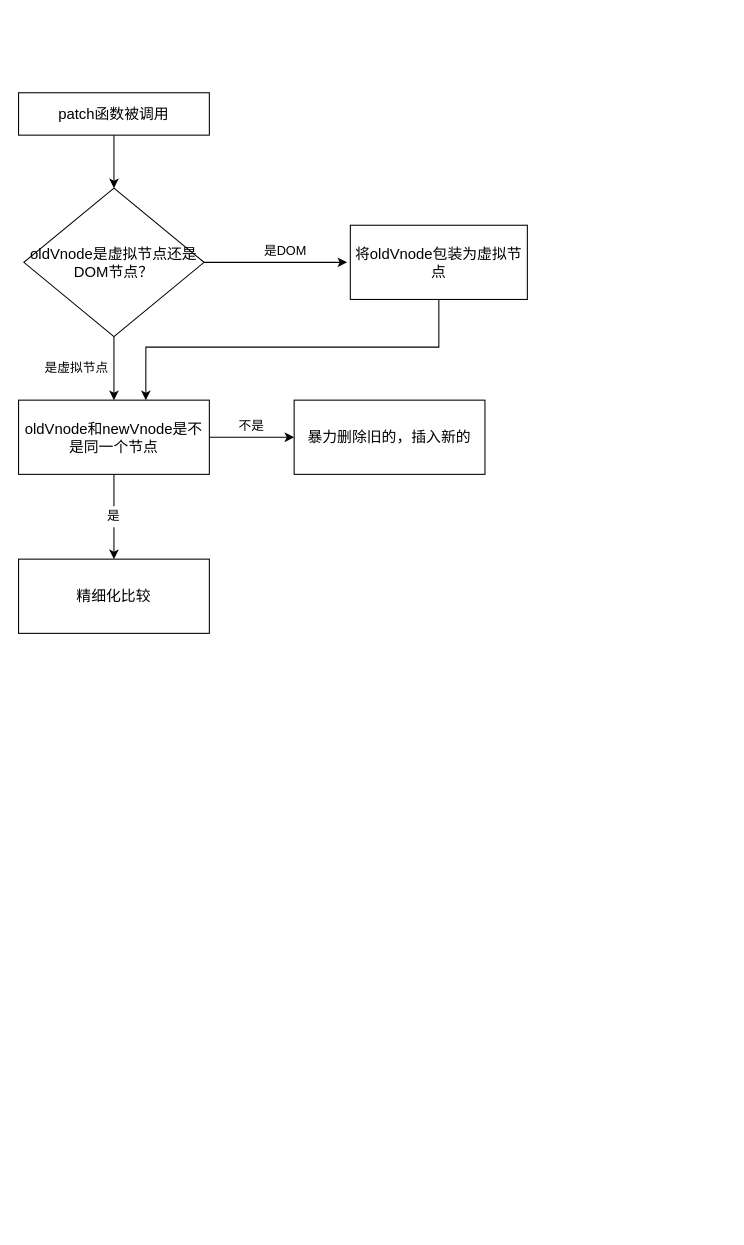
Earlier version of the draw.io diagram src/虚拟Dom和diff算法学习/lct.drawio (harryYao/vue2_reactive). Source tidied: cells renumbered, new cells numbered last; positions are measured from the earlier drawing's top-left corner, leaving out a move shared by most shapes. Both pictures are drawn from the tidied source at 106%, with x=0, y=0 at pixel (18, 92).
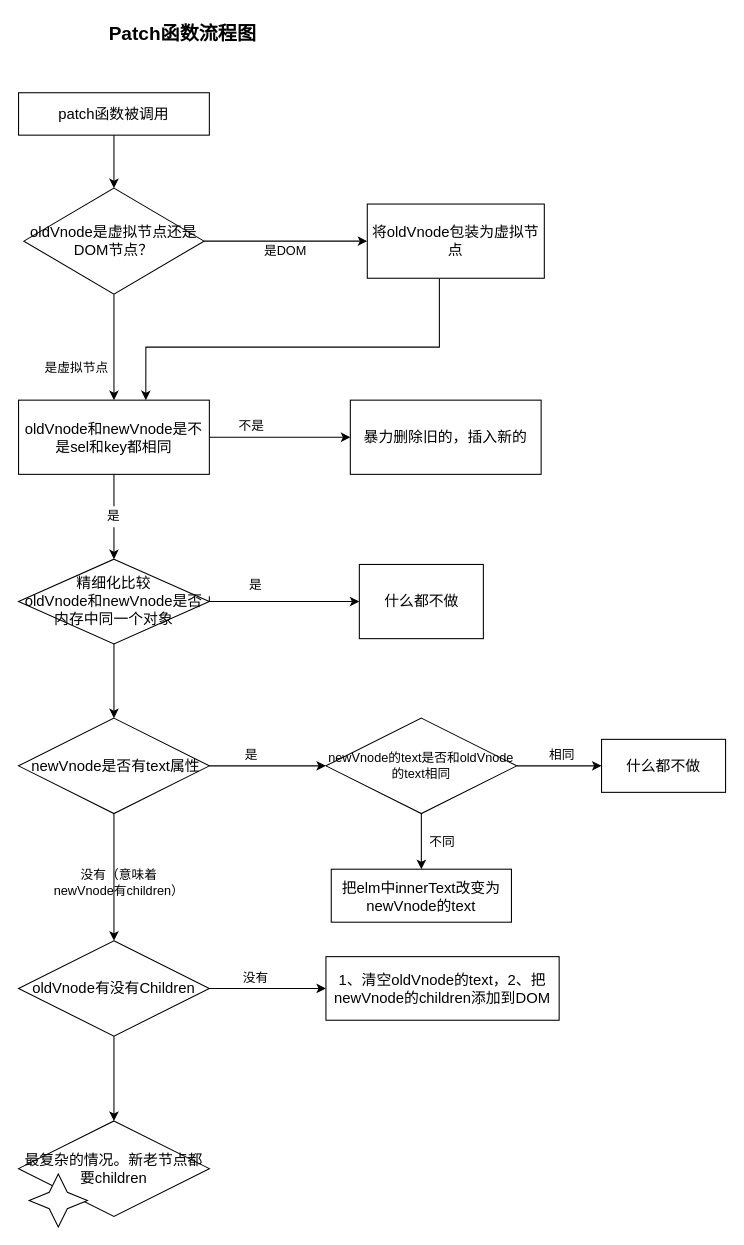
The same diagram, later.

The change refers to these unchanged cells:
```xml
<mxCell id="17" value="是" style="text;html=1;strokeColor=none;fillColor=none;align=center;verticalAlign=middle;whiteSpace=wrap;rounded=0;" parent="1" vertex="1">
  <mxGeometry x="70" y="390" width="40" height="20" as="geometry" />
</mxCell>
```

The edit, as a diff of the source:
```diff
@@
     <mxCell id="4" value="&lt;font style=&quot;font-size: 14px&quot;&gt;oldVnode是虚拟节点还是DOM节点？&lt;/font&gt;" style="rhombus;whiteSpace=wrap;html=1;" parent="1" vertex="1">
-      <mxGeometry x="5" y="90" width="170" height="140" as="geometry" />
+      <mxGeometry x="5" y="90" width="170" height="100" as="geometry" />
     </mxCell>
@@
     <mxCell id="6" value="&lt;font style=&quot;font-size: 14px&quot;&gt;将oldVnode包装为虚拟节点&lt;/font&gt;" style="rounded=0;whiteSpace=wrap;html=1;" parent="1" vertex="1">
-      <mxGeometry x="313" y="125" width="167" height="70" as="geometry" />
+      <mxGeometry x="329" y="105" width="167" height="70" as="geometry" />
     </mxCell>
-    <mxCell id="7" style="endArrow=classic;html=1;" parent="1" edge="1" source="4">
-      <mxGeometry relative="1" as="geometry">
-        <mxPoint x="310" y="160" as="targetPoint" />
-        <Array as="points">
-          <mxPoint x="250" y="160" />
-        </Array>
-      </mxGeometry>
+    <mxCell id="7" style="endArrow=classic;html=1;entryX=0;entryY=0.5;entryDx=0;entryDy=0;" parent="1" edge="1" source="4" target="6">
+      <mxGeometry relative="1" as="geometry" />
     </mxCell>
@@
-    <mxCell id="10" style="edgeStyle=orthogonalEdgeStyle;rounded=0;jettySize=auto;html=1;" parent="1" edge="1" source="17" target="12">
-      <mxGeometry relative="1" as="geometry" />
+    <mxCell id="10" style="edgeStyle=orthogonalEdgeStyle;rounded=0;jettySize=auto;html=1;" parent="1" edge="1" source="17">
+      <mxGeometry relative="1" as="geometry">
+        <mxPoint x="90" y="440" as="targetPoint" />
+      </mxGeometry>
     </mxCell>
-    <mxCell id="11" value="&lt;font style=&quot;font-size: 14px&quot;&gt;oldVnode和newVnode是不是同一个节点&lt;/font&gt;" style="rounded=0;whiteSpace=wrap;html=1;" parent="1" vertex="1">
+    <mxCell id="11" value="&lt;font style=&quot;font-size: 14px&quot;&gt;oldVnode和newVnode是不是sel和key都相同&lt;/font&gt;" style="rounded=0;whiteSpace=wrap;html=1;" parent="1" vertex="1">
       <mxGeometry y="290" width="180" height="70" as="geometry" />
     </mxCell>
-    <mxCell id="12" value="&lt;font style=&quot;font-size: 14px&quot;&gt;精细化比较&lt;/font&gt;" style="rounded=0;whiteSpace=wrap;html=1;" parent="1" vertex="1">
-      <mxGeometry y="440" width="180" height="70" as="geometry" />
-    </mxCell>
+    <mxCell id="19" style="edgeStyle=orthogonalEdgeStyle;rounded=0;jettySize=auto;html=1;" parent="1" edge="1" target="21">
+      <mxGeometry relative="1" as="geometry">
+        <mxPoint x="180" y="475" as="sourcePoint" />
+        <Array as="points">
+          <mxPoint x="180" y="480" />
+        </Array>
+      </mxGeometry>
+    </mxCell>
+    <mxCell id="20" style="edgeStyle=orthogonalEdgeStyle;rounded=0;orthogonalLoop=1;jettySize=auto;html=1;" parent="1" edge="1">
+      <mxGeometry relative="1" as="geometry">
+        <mxPoint x="90" y="510" as="sourcePoint" />
+        <mxPoint x="90" y="590" as="targetPoint" />
+      </mxGeometry>
+    </mxCell>
+    <mxCell id="21" value="&lt;font style=&quot;font-size: 14px&quot;&gt;什么都不做&lt;br&gt;&lt;/font&gt;" style="rounded=0;whiteSpace=wrap;html=1;" parent="1" vertex="1">
+      <mxGeometry x="321.5" y="445" width="117" height="70" as="geometry" />
+    </mxCell>
     <mxCell id="13" value="&lt;font style=&quot;font-size: 14px&quot;&gt;暴力删除旧的，插入新的&lt;/font&gt;" style="rounded=0;whiteSpace=wrap;html=1;" parent="1" vertex="1">
-      <mxGeometry x="260" y="290" width="180" height="70" as="geometry" />
+      <mxGeometry x="313" y="290" width="180" height="70" as="geometry" />
     </mxCell>
@@
+    <mxCell id="22" value="&lt;b&gt;&lt;font style=&quot;font-size: 18px&quot;&gt;Patch函数流程图&lt;/font&gt;&lt;/b&gt;" style="text;html=1;strokeColor=none;fillColor=none;align=center;verticalAlign=middle;whiteSpace=wrap;rounded=0;" parent="1" vertex="1">
+      <mxGeometry y="-70" width="310" height="30" as="geometry" />
+    </mxCell>
+    <mxCell id="23" value="是" style="text;html=1;strokeColor=none;fillColor=none;align=center;verticalAlign=middle;whiteSpace=wrap;rounded=0;" parent="1" vertex="1">
+      <mxGeometry x="204" y="455" width="40" height="20" as="geometry" />
+    </mxCell>
+    <mxCell id="24" value="&lt;span style=&quot;font-size: 14px ; white-space: normal&quot;&gt;精细化比较&lt;/span&gt;&lt;br style=&quot;font-size: 14px ; white-space: normal&quot;&gt;&lt;span style=&quot;font-size: 14px ; white-space: normal&quot;&gt;oldVnode和newVnode是否内存中同一个对象&lt;/span&gt;" style="rhombus;whiteSpace=wrap;html=1;" parent="1" vertex="1">
+      <mxGeometry y="440" width="180" height="80" as="geometry" />
+    </mxCell>
+    <mxCell id="25" style="edgeStyle=orthogonalEdgeStyle;rounded=0;jettySize=auto;html=1;" parent="1" edge="1" source="27" target="34">
+      <mxGeometry relative="1" as="geometry" />
+    </mxCell>
+    <mxCell id="26" style="edgeStyle=orthogonalEdgeStyle;rounded=0;jettySize=auto;html=1;" parent="1" edge="1" source="27" target="30">
+      <mxGeometry relative="1" as="geometry" />
+    </mxCell>
+    <mxCell id="27" value="&lt;span style=&quot;font-size: 14px ; white-space: normal&quot;&gt;&amp;nbsp;newVnode是否有text属性&lt;/span&gt;" style="rhombus;whiteSpace=wrap;html=1;" parent="1" vertex="1">
+      <mxGeometry y="590" width="180" height="90" as="geometry" />
+    </mxCell>
+    <mxCell id="28" style="edgeStyle=orthogonalEdgeStyle;rounded=0;jettySize=auto;html=1;entryX=0;entryY=0.5;entryDx=0;entryDy=0;" parent="1" edge="1" source="30" target="41">
+      <mxGeometry relative="1" as="geometry" />
+    </mxCell>
+    <mxCell id="29" style="edgeStyle=orthogonalEdgeStyle;rounded=0;jettySize=auto;html=1;" parent="1" edge="1" source="30" target="31">
+      <mxGeometry relative="1" as="geometry" />
+    </mxCell>
+    <mxCell id="30" value="&lt;span style=&quot;font-size: 14px ; white-space: normal&quot;&gt;oldVnode有没有Children&lt;/span&gt;" style="rhombus;whiteSpace=wrap;html=1;" parent="1" vertex="1">
+      <mxGeometry y="800" width="180" height="90" as="geometry" />
+    </mxCell>
+    <mxCell id="31" value="&lt;span style=&quot;font-size: 14px ; white-space: normal&quot;&gt;最复杂的情况。新老节点都要children&lt;/span&gt;" style="rhombus;whiteSpace=wrap;html=1;" parent="1" vertex="1">
+      <mxGeometry y="970" width="180" height="90" as="geometry" />
+    </mxCell>
+    <mxCell id="32" style="edgeStyle=orthogonalEdgeStyle;rounded=0;jettySize=auto;html=1;entryX=0.5;entryY=0;entryDx=0;entryDy=0;" parent="1" edge="1" source="34" target="37">
+      <mxGeometry relative="1" as="geometry">
+        <Array as="points">
+          <mxPoint x="380" y="730" />
+        </Array>
+      </mxGeometry>
+    </mxCell>
+    <mxCell id="33" style="edgeStyle=orthogonalEdgeStyle;rounded=0;jettySize=auto;html=1;" parent="1" edge="1" source="34">
+      <mxGeometry relative="1" as="geometry">
+        <mxPoint x="550" y="635" as="targetPoint" />
+      </mxGeometry>
+    </mxCell>
+    <mxCell id="34" value="newVnode的text是否和oldVnode的text相同" style="rhombus;whiteSpace=wrap;html=1;" parent="1" vertex="1">
+      <mxGeometry x="290" y="590" width="180" height="90" as="geometry" />
+    </mxCell>
+    <mxCell id="35" value="是" style="text;html=1;strokeColor=none;fillColor=none;align=center;verticalAlign=middle;whiteSpace=wrap;rounded=0;" parent="1" vertex="1">
+      <mxGeometry x="200" y="615" width="40" height="20" as="geometry" />
+    </mxCell>
+    <mxCell id="36" value="相同" style="text;html=1;strokeColor=none;fillColor=none;align=center;verticalAlign=middle;whiteSpace=wrap;rounded=0;" parent="1" vertex="1">
+      <mxGeometry x="493" y="615" width="40" height="20" as="geometry" />
+    </mxCell>
+    <mxCell id="37" value="&lt;font style=&quot;font-size: 14px&quot;&gt;把elm中innerText改变为newVnode的text&lt;/font&gt;" style="rounded=0;whiteSpace=wrap;html=1;" parent="1" vertex="1">
+      <mxGeometry x="295" y="732.5" width="170" height="50" as="geometry" />
+    </mxCell>
+    <mxCell id="38" value="不同" style="text;html=1;strokeColor=none;fillColor=none;align=center;verticalAlign=middle;whiteSpace=wrap;rounded=0;" parent="1" vertex="1">
+      <mxGeometry x="380" y="696.5" width="40" height="20" as="geometry" />
+    </mxCell>
+    <mxCell id="39" value="&lt;font style=&quot;font-size: 14px&quot;&gt;什么都不做&lt;br&gt;&lt;/font&gt;" style="rounded=0;whiteSpace=wrap;html=1;" parent="1" vertex="1">
+      <mxGeometry x="550" y="610" width="117" height="50" as="geometry" />
+    </mxCell>
+    <mxCell id="40" value="没有（意味着newVnode有children）" style="text;html=1;strokeColor=none;fillColor=none;align=center;verticalAlign=middle;whiteSpace=wrap;rounded=0;" parent="1" vertex="1">
+      <mxGeometry x="30" y="730" width="130" height="30" as="geometry" />
+    </mxCell>
+    <mxCell id="41" value="&lt;font style=&quot;font-size: 14px&quot;&gt;1、清空oldVnode的text，2、把newVnode的children添加到DOM&lt;/font&gt;" style="rounded=0;whiteSpace=wrap;html=1;" parent="1" vertex="1">
+      <mxGeometry x="290" y="815" width="220" height="60" as="geometry" />
+    </mxCell>
+    <mxCell id="42" value="没有" style="text;html=1;strokeColor=none;fillColor=none;align=center;verticalAlign=middle;whiteSpace=wrap;rounded=0;" parent="1" vertex="1">
+      <mxGeometry x="204" y="825" width="40" height="20" as="geometry" />
+    </mxCell>
+    <mxCell id="43" style="verticalLabelPosition=bottom;verticalAlign=top;html=1;shape=mxgraph.basic.4_point_star_2;dx=0.69;" parent="1" vertex="1">
+      <mxGeometry x="10" y="1020" width="55" height="50" as="geometry" />
+    </mxCell>
```
